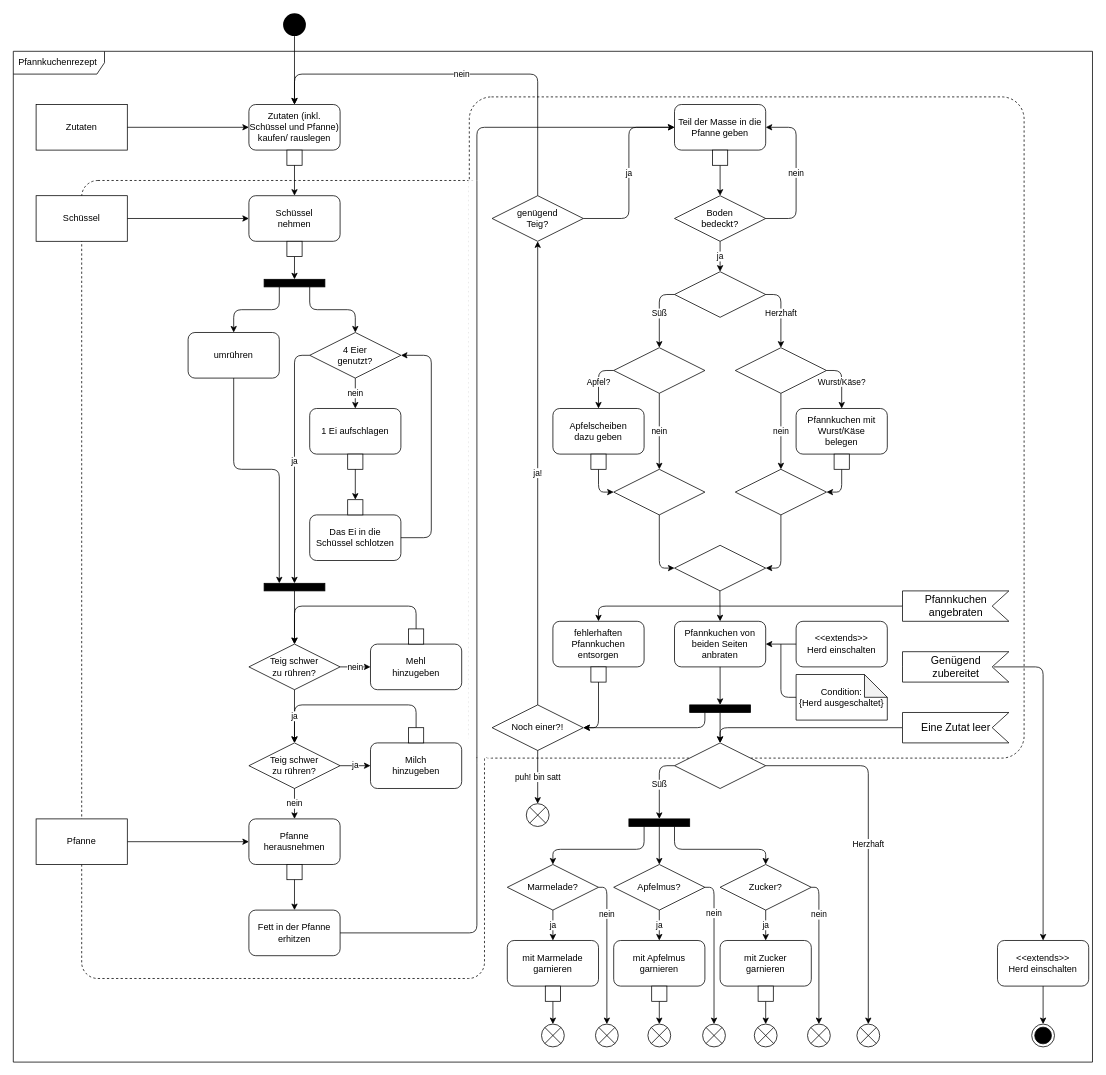
The draw.io diagram swt_wende_tim_h05/swt_wende_tim_h05_activity_diagram.drawio in tmwnd/fha-swt, before the edit. Source tidied: cells renumbered, new cells numbered last; positions are measured from the earlier drawing's top-left corner, leaving out a move shared by most shapes. Both pictures are drawn from the tidied source at 76%, with x=0, y=0 at pixel (13, 13).
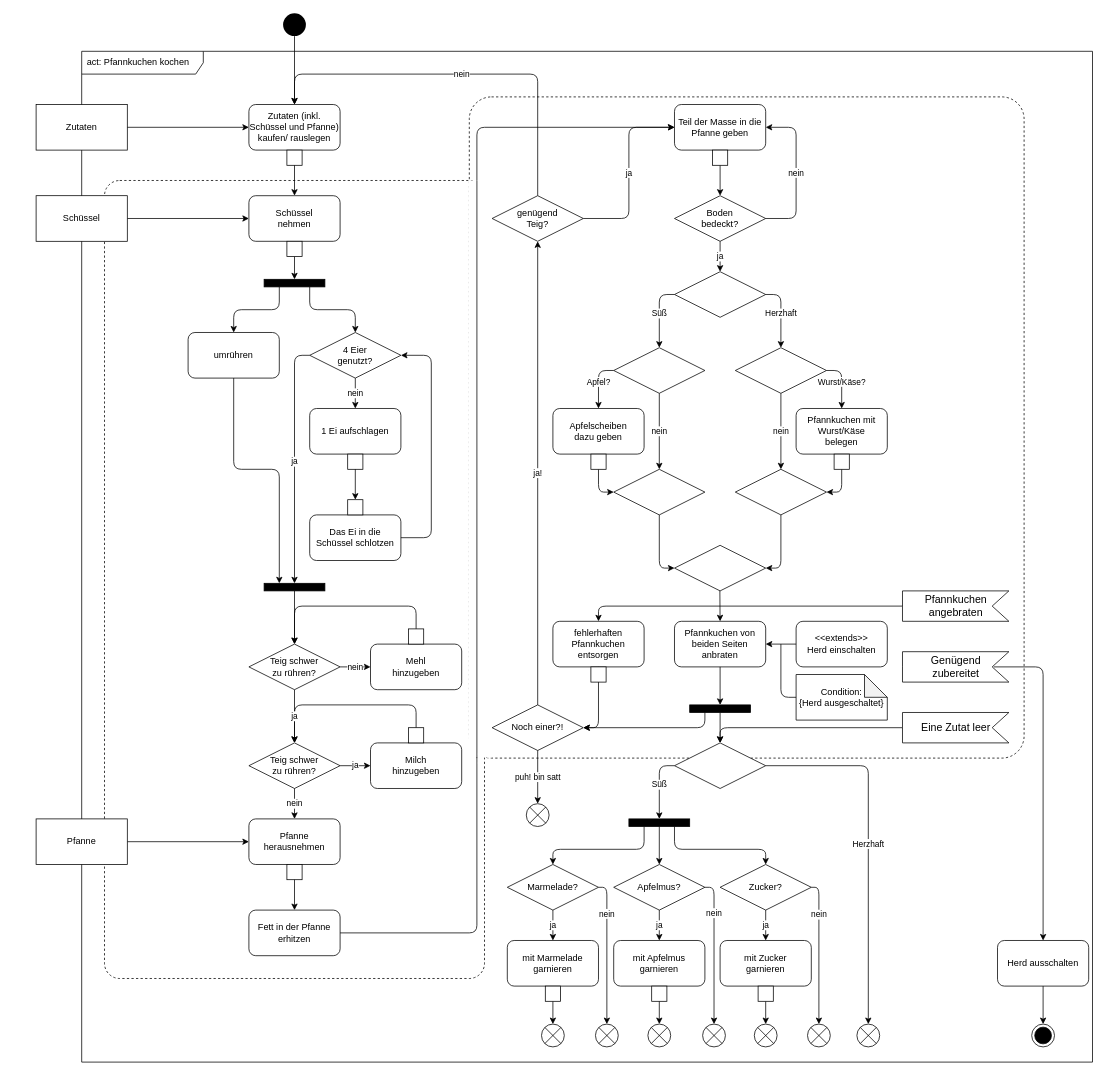
The same page after the edit.

Commit message (it also covers changes not shown here):
fixed UML mistakes

What changed in the source:
```diff
@@
-    <mxCell id="2" value="Pfannkuchenrezept" style="shape=umlFrame;whiteSpace=wrap;html=1;width=120;height=30;boundedLbl=1;verticalAlign=middle;align=left;spacingLeft=5;" parent="1" vertex="1">
-      <mxGeometry y="50" width="1420" height="1330" as="geometry" />
+    <mxCell id="2" value="act: Pfannkuchen kochen" style="shape=umlFrame;whiteSpace=wrap;html=1;width=160;height=30;boundedLbl=1;verticalAlign=middle;align=left;spacingLeft=5;" parent="1" vertex="1">
+      <mxGeometry x="90" y="50" width="1330" height="1330" as="geometry" />
     </mxCell>
     <mxCell id="3" style="rounded=1;whiteSpace=wrap;html=1;fillColor=none;arcSize=4;dashed=1;" parent="1" vertex="1">
-      <mxGeometry x="90" y="220" width="530" height="1050" as="geometry" />
+      <mxGeometry x="120" y="220" width="500" height="1050" as="geometry" />
     </mxCell>
@@
-    <mxCell id="140" value="&amp;lt;&amp;lt;extends&amp;gt;&amp;gt;&lt;br&gt;Herd einschalten" style="rounded=1;whiteSpace=wrap;html=1;" parent="1" vertex="1">
+    <mxCell id="140" value="Herd ausschalten" style="rounded=1;whiteSpace=wrap;html=1;" parent="1" vertex="1">
       <mxGeometry x="1295" y="1220" width="120" height="60" as="geometry" />
     </mxCell>
```
